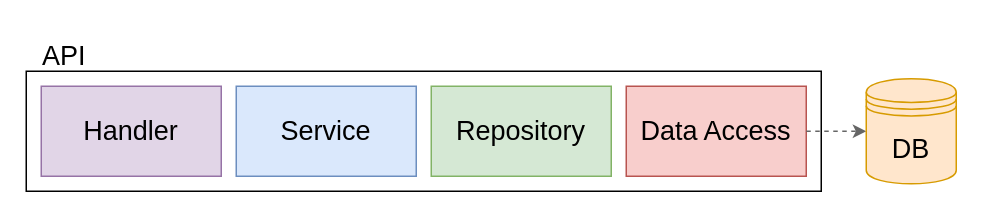
Above: page "APIDesign" (6 of 7) of 5th-semester/daw/docs/daw-diagrams.drawio in andre-j3sus/isel-leic-notes (draw.io), before the change. Source tidied: cells renumbered, new cells numbered last; positions are measured from the earlier drawing's top-left corner, leaving out a move shared by most shapes. Both pictures are drawn from the tidied source at 150%, with x=0, y=0 at pixel (26, 26).
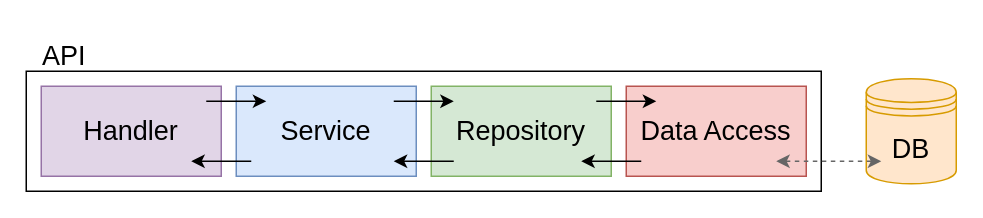
Above is the later version.

Unchanged cells that the change refers to:
```xml
<mxCell id="5" value="&lt;span style=&quot;font-size: 18px;&quot;&gt;Data Access&lt;/span&gt;" style="rounded=0;whiteSpace=wrap;html=1;fillColor=#f8cecc;strokeColor=#b85450;" parent="1" vertex="1">
  <mxGeometry x="400" y="40" width="120" height="60" as="geometry" />
</mxCell>
<mxCell id="9" value="&lt;font style=&quot;font-size: 18px;&quot;&gt;DB&lt;/font&gt;" style="shape=datastore;whiteSpace=wrap;html=1;fillColor=#ffe6cc;strokeColor=#d79b00;" parent="1" vertex="1">
  <mxGeometry x="560" y="35" width="60" height="70" as="geometry" />
</mxCell>
```

Diff of the diagram source:
```diff
@@
-    <mxCell id="7" style="edgeStyle=orthogonalEdgeStyle;rounded=0;jettySize=auto;html=1;entryX=0;entryY=0.5;entryDx=0;entryDy=0;fontSize=18;exitX=1;exitY=0.5;exitDx=0;exitDy=0;dashed=1;fillColor=#f5f5f5;strokeColor=#666666;" parent="1" edge="1" source="5" target="9">
-      <mxGeometry relative="1" as="geometry" />
-    </mxCell>
@@
+    <mxCell id="10" style="endArrow=classic;html=1;rounded=0;" parent="1" edge="1">
+      <mxGeometry relative="1" as="geometry">
+        <mxPoint x="120" y="50" as="sourcePoint" />
+        <mxPoint x="160" y="50" as="targetPoint" />
+      </mxGeometry>
+    </mxCell>
+    <mxCell id="11" style="endArrow=classic;html=1;rounded=0;" parent="1" edge="1">
+      <mxGeometry relative="1" as="geometry">
+        <mxPoint x="245" y="50" as="sourcePoint" />
+        <mxPoint x="285" y="50" as="targetPoint" />
+      </mxGeometry>
+    </mxCell>
+    <mxCell id="12" style="endArrow=classic;html=1;rounded=0;" parent="1" edge="1">
+      <mxGeometry relative="1" as="geometry">
+        <mxPoint x="150" y="90" as="sourcePoint" />
+        <mxPoint x="110" y="90" as="targetPoint" />
+      </mxGeometry>
+    </mxCell>
+    <mxCell id="13" style="endArrow=classic;html=1;rounded=0;" parent="1" edge="1">
+      <mxGeometry relative="1" as="geometry">
+        <mxPoint x="380" y="50" as="sourcePoint" />
+        <mxPoint x="420" y="50" as="targetPoint" />
+      </mxGeometry>
+    </mxCell>
+    <mxCell id="14" style="endArrow=classic;html=1;rounded=0;" parent="1" edge="1">
+      <mxGeometry relative="1" as="geometry">
+        <mxPoint x="285" y="90" as="sourcePoint" />
+        <mxPoint x="245" y="90" as="targetPoint" />
+      </mxGeometry>
+    </mxCell>
+    <mxCell id="15" style="endArrow=classic;html=1;rounded=0;" parent="1" edge="1">
+      <mxGeometry relative="1" as="geometry">
+        <mxPoint x="410" y="90" as="sourcePoint" />
+        <mxPoint x="370" y="90" as="targetPoint" />
+      </mxGeometry>
+    </mxCell>
+    <mxCell id="16" style="edgeStyle=orthogonalEdgeStyle;rounded=0;orthogonalLoop=1;jettySize=auto;html=1;entryX=0;entryY=0.5;entryDx=0;entryDy=0;fontSize=18;dashed=1;fillColor=#f5f5f5;strokeColor=#666666;startArrow=classic;startFill=1;" parent="1" edge="1">
+      <mxGeometry relative="1" as="geometry">
+        <mxPoint x="500" y="90" as="sourcePoint" />
+        <mxPoint x="570" y="90" as="targetPoint" />
+      </mxGeometry>
+    </mxCell>
```
